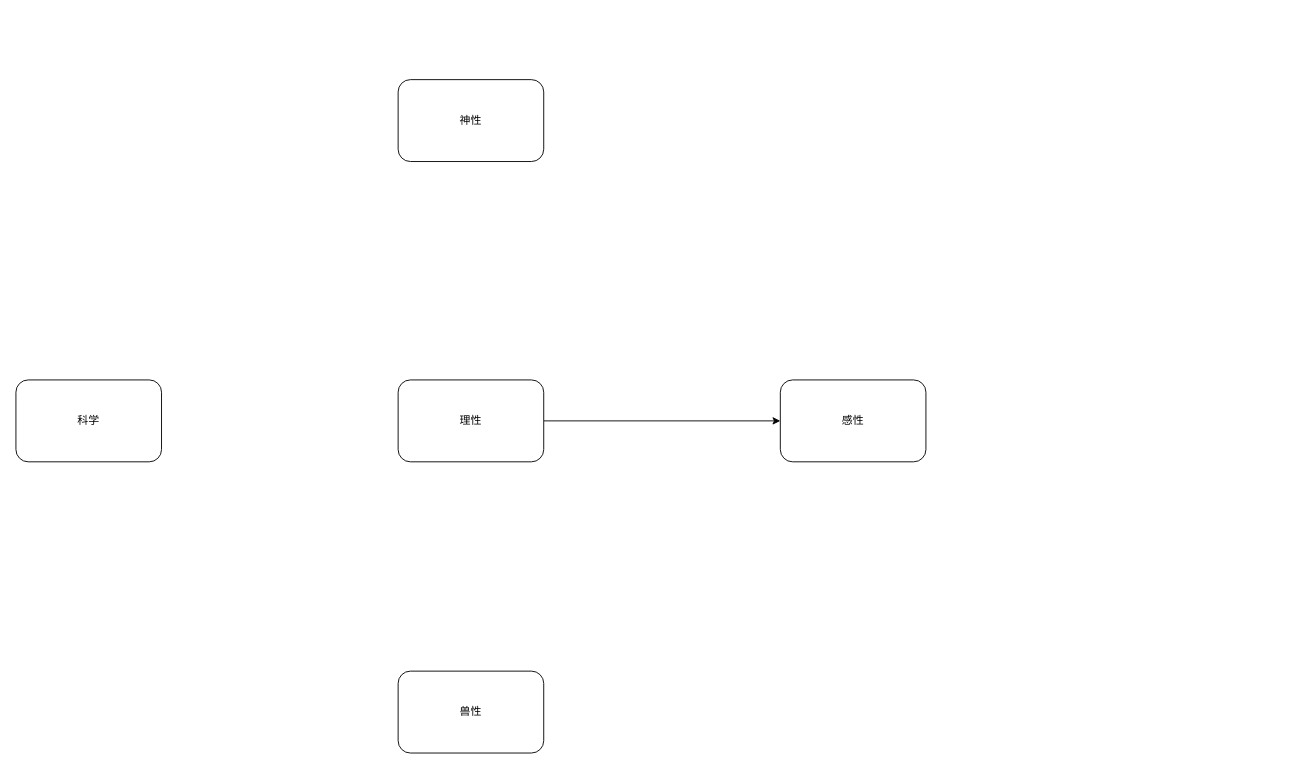
Above: 未命名绘图.drawio in likeyiyy/hash (draw.io), before the change. Source tidied: cells renumbered, new cells numbered last; positions are measured from the earlier drawing's top-left corner, leaving out a move shared by most shapes. Both pictures are drawn from the tidied source at 91%, with x=0, y=0 at pixel (15, 79).
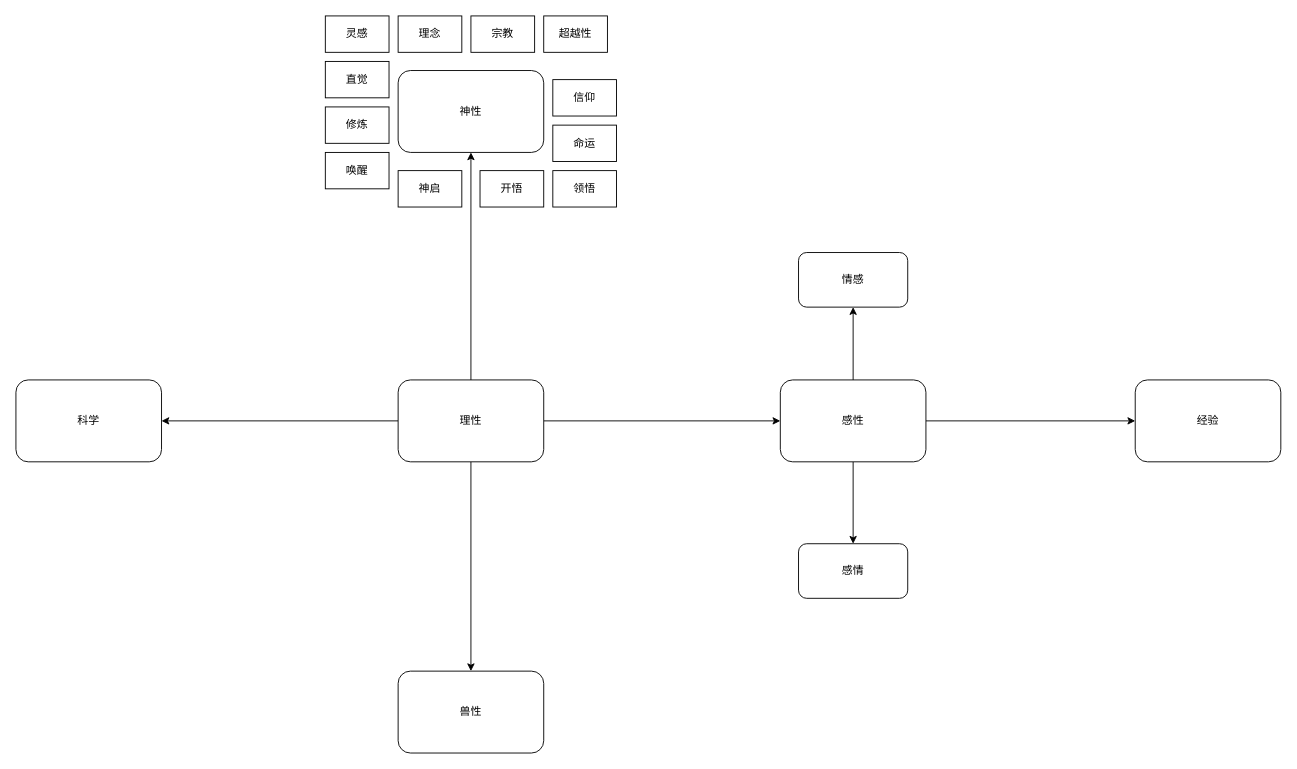
Above is the later version.

Commit message (it also covers changes not shown here):
更新未命名绘图.drawio

Unchanged cells that the change refers to:
```xml
<mxCell id="3" value="理性" style="rounded=1;whiteSpace=wrap;html=1;" parent="1" vertex="1">
  <mxGeometry x="420" y="330" width="160" height="90" as="geometry" />
</mxCell>
<mxCell id="4" value="感性" style="rounded=1;whiteSpace=wrap;html=1;" parent="1" vertex="1">
  <mxGeometry x="840" y="330" width="160" height="90" as="geometry" />
</mxCell>
<mxCell id="6" value="兽性" style="rounded=1;whiteSpace=wrap;html=1;" parent="1" vertex="1">
  <mxGeometry x="420" y="650" width="160" height="90" as="geometry" />
</mxCell>
<mxCell id="7" value="科学" style="rounded=1;whiteSpace=wrap;html=1;" parent="1" vertex="1">
  <mxGeometry y="330" width="160" height="90" as="geometry" />
</mxCell>
```

Diff of the diagram source:
```diff
@@
+    <mxCell id="8" style="edgeStyle=orthogonalEdgeStyle;rounded=0;jettySize=auto;html=1;exitX=0.5;exitY=0;exitDx=0;exitDy=0;" parent="1" edge="1" source="3" target="5">
+      <mxGeometry relative="1" as="geometry" />
+    </mxCell>
+    <mxCell id="9" style="edgeStyle=orthogonalEdgeStyle;rounded=0;jettySize=auto;html=1;exitX=0;exitY=0.5;exitDx=0;exitDy=0;entryX=1;entryY=0.5;entryDx=0;entryDy=0;" parent="1" edge="1" source="3" target="7">
+      <mxGeometry relative="1" as="geometry" />
+    </mxCell>
+    <mxCell id="10" style="edgeStyle=orthogonalEdgeStyle;rounded=0;jettySize=auto;html=1;exitX=0.5;exitY=1;exitDx=0;exitDy=0;entryX=0.5;entryY=0;entryDx=0;entryDy=0;" parent="1" edge="1" source="3" target="6">
+      <mxGeometry relative="1" as="geometry" />
+    </mxCell>
@@
+    <mxCell id="11" style="edgeStyle=orthogonalEdgeStyle;rounded=0;jettySize=auto;html=1;" parent="1" edge="1" source="4" target="14">
+      <mxGeometry relative="1" as="geometry" />
+    </mxCell>
+    <mxCell id="12" style="edgeStyle=orthogonalEdgeStyle;rounded=0;jettySize=auto;html=1;" parent="1" edge="1" source="4" target="15">
+      <mxGeometry relative="1" as="geometry" />
+    </mxCell>
+    <mxCell id="13" style="edgeStyle=orthogonalEdgeStyle;rounded=0;jettySize=auto;html=1;" parent="1" edge="1" source="4" target="16">
+      <mxGeometry relative="1" as="geometry" />
+    </mxCell>
@@
     <mxCell id="5" value="神性" style="rounded=1;whiteSpace=wrap;html=1;" parent="1" vertex="1">
-      <mxGeometry x="420" width="160" height="90" as="geometry" />
+      <mxGeometry x="420" y="-10" width="160" height="90" as="geometry" />
     </mxCell>
@@
+    <mxCell id="14" value="情感" style="rounded=1;whiteSpace=wrap;html=1;" parent="1" vertex="1">
+      <mxGeometry x="860" y="190" width="120" height="60" as="geometry" />
+    </mxCell>
+    <mxCell id="15" value="感情" style="rounded=1;whiteSpace=wrap;html=1;" parent="1" vertex="1">
+      <mxGeometry x="860" y="510" width="120" height="60" as="geometry" />
+    </mxCell>
+    <mxCell id="16" value="经验" style="rounded=1;whiteSpace=wrap;html=1;" parent="1" vertex="1">
+      <mxGeometry x="1230" y="330" width="160" height="90" as="geometry" />
+    </mxCell>
+    <mxCell id="17" value="理念" style="rounded=0;whiteSpace=wrap;html=1;" parent="1" vertex="1">
+      <mxGeometry x="420" y="-70" width="70" height="40" as="geometry" />
+    </mxCell>
+    <mxCell id="18" value="宗教" style="rounded=0;whiteSpace=wrap;html=1;" parent="1" vertex="1">
+      <mxGeometry x="500" y="-70" width="70" height="40" as="geometry" />
+    </mxCell>
+    <mxCell id="19" value="信仰" style="rounded=0;whiteSpace=wrap;html=1;" parent="1" vertex="1">
+      <mxGeometry x="590" width="70" height="40" as="geometry" />
+    </mxCell>
+    <mxCell id="20" value="命运" style="rounded=0;whiteSpace=wrap;html=1;" parent="1" vertex="1">
+      <mxGeometry x="590" y="50" width="70" height="40" as="geometry" />
+    </mxCell>
+    <mxCell id="21" value="灵感" style="rounded=0;whiteSpace=wrap;html=1;" parent="1" vertex="1">
+      <mxGeometry x="340" y="-70" width="70" height="40" as="geometry" />
+    </mxCell>
+    <mxCell id="22" value="直觉" style="rounded=0;whiteSpace=wrap;html=1;" parent="1" vertex="1">
+      <mxGeometry x="340" y="-20" width="70" height="40" as="geometry" />
+    </mxCell>
+    <mxCell id="23" value="修炼" style="rounded=0;whiteSpace=wrap;html=1;" parent="1" vertex="1">
+      <mxGeometry x="340" y="30" width="70" height="40" as="geometry" />
+    </mxCell>
+    <mxCell id="24" value="唤醒" style="rounded=0;whiteSpace=wrap;html=1;" parent="1" vertex="1">
+      <mxGeometry x="340" y="80" width="70" height="40" as="geometry" />
+    </mxCell>
+    <mxCell id="25" value="神启" style="rounded=0;whiteSpace=wrap;html=1;" parent="1" vertex="1">
+      <mxGeometry x="420" y="100" width="70" height="40" as="geometry" />
+    </mxCell>
+    <mxCell id="26" value="超越性" style="rounded=0;whiteSpace=wrap;html=1;" parent="1" vertex="1">
+      <mxGeometry x="580" y="-70" width="70" height="40" as="geometry" />
+    </mxCell>
+    <mxCell id="27" value="开悟" style="rounded=0;whiteSpace=wrap;html=1;" parent="1" vertex="1">
+      <mxGeometry x="510" y="100" width="70" height="40" as="geometry" />
+    </mxCell>
+    <mxCell id="28" value="领悟" style="rounded=0;whiteSpace=wrap;html=1;" parent="1" vertex="1">
+      <mxGeometry x="590" y="100" width="70" height="40" as="geometry" />
+    </mxCell>
```
